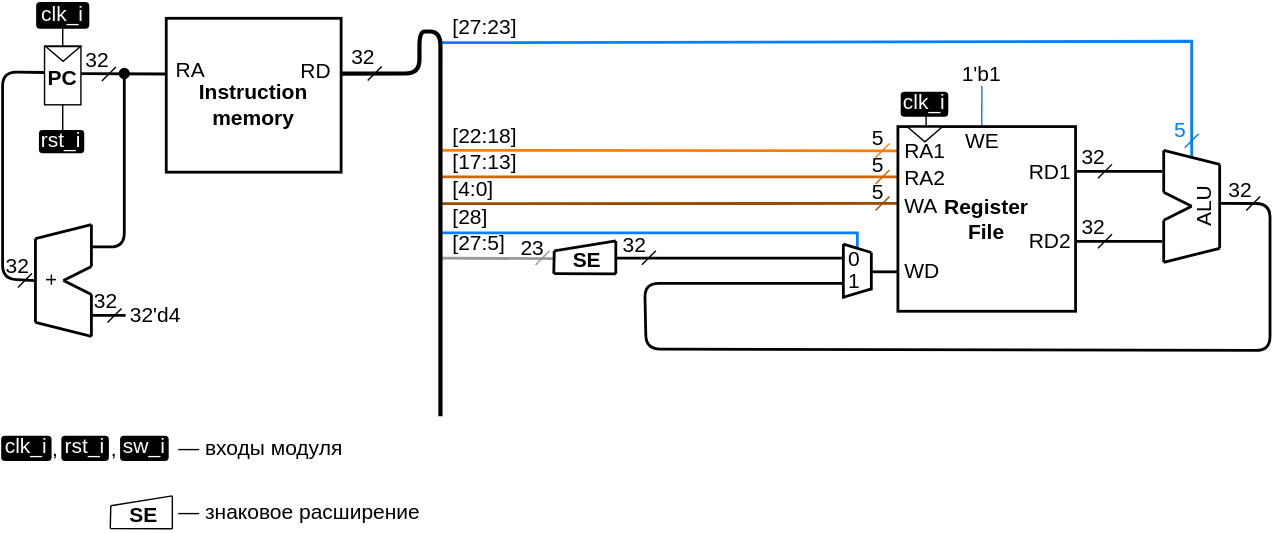
Earlier version of the draw.io export .pic/Labs/lab_04_cybercobra/ppd_2.drawio.svg (MPSU/APS). Source tidied: cells renumbered, new cells last; positions are measured from the earlier drawing's top-left corner, leaving out a move shared by most shapes.
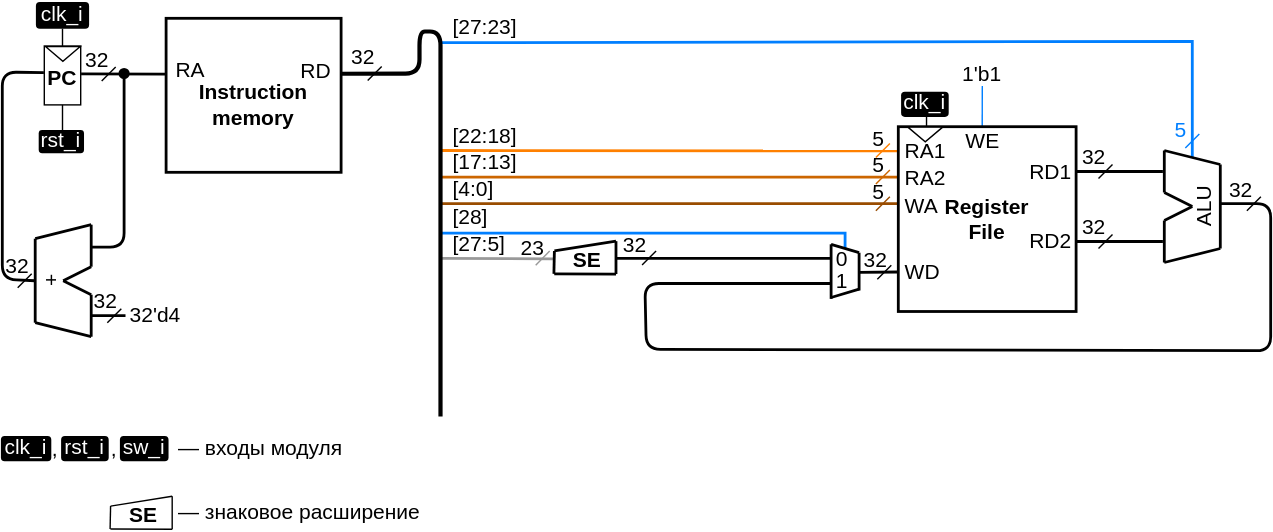
The same file after the commit.

Change to the diagram source:
```diff
@@ -2,12 +2,11 @@
   <root>
     <mxCell id="0" />
     <mxCell id="1" parent="0" />
-    <mxCell id="2" style="endArrow=none;html=1;rounded=0;strokeColor=#007FFF;fontSize=15;fontColor=#000000;startSize=6;endSize=6;comic=0;jiggle=0.5;strokeWidth=2;" parent="1" edge="1">
+    <mxCell id="2" style="endArrow=none;html=1;rounded=0;strokeColor=#007FFF;fontSize=15;fontColor=#000000;startSize=6;endSize=6;comic=0;jiggle=0.5;strokeWidth=2;entryX=0.698;entryY=-0.203;entryDx=0;entryDy=0;entryPerimeter=0;" parent="1" edge="1" target="64">
       <mxGeometry relative="1" as="geometry">
         <mxPoint x="315" y="165" as="sourcePoint" />
-        <mxPoint x="612" y="176" as="targetPoint" />
         <Array as="points">
-          <mxPoint x="612" y="165" />
+          <mxPoint x="603" y="165" />
         </Array>
       </mxGeometry>
     </mxCell>
@@ -91,7 +90,7 @@
     </mxCell>
     <mxCell id="21" style="endArrow=none;html=1;rounded=0;comic=0;strokeColor=#000000;fontSize=15;fontColor=#000000;startSize=6;endSize=6;jiggle=0.5;strokeWidth=2;" parent="1" edge="1">
       <mxGeometry relative="1" as="geometry">
-        <mxPoint x="622" y="192.8" as="sourcePoint" />
+        <mxPoint x="613" y="193" as="sourcePoint" />
         <mxPoint x="641" y="192.8" as="targetPoint" />
       </mxGeometry>
     </mxCell>
@@ -153,7 +152,7 @@
     </mxCell>
     <mxCell id="31" style="endArrow=none;html=1;rounded=1;comic=0;strokeColor=#000000;fontSize=15;fontColor=#000000;startSize=6;endSize=6;jiggle=0.5;strokeWidth=2;entryX=0.535;entryY=0.913;entryDx=0;entryDy=0;entryPerimeter=0;" parent="1" edge="1" target="7">
       <mxGeometry relative="1" as="geometry">
-        <mxPoint x="602" y="201" as="sourcePoint" />
+        <mxPoint x="593" y="201" as="sourcePoint" />
         <Array as="points">
           <mxPoint x="460" y="201" />
           <mxPoint x="461" y="248" />
@@ -262,36 +261,36 @@
       </mxGeometry>
     </mxCell>
     <mxCell id="53" value="1" style="text;html=1;strokeColor=none;fillColor=none;align=center;verticalAlign=middle;whiteSpace=wrap;rounded=0;fontSize=15;fontColor=#000000;comic=0;jiggle=0.5;" parent="1" vertex="1">
-      <mxGeometry x="605" y="194" width="10" height="10" as="geometry" />
+      <mxGeometry x="596" y="194" width="10" height="10" as="geometry" />
     </mxCell>
     <mxCell id="54" style="endArrow=none;html=1;rounded=0;strokeColor=#000000;fontSize=15;fontColor=#000000;startSize=6;endSize=6;comic=0;jiggle=0.5;strokeWidth=2;" parent="1" edge="1">
       <mxGeometry relative="1" as="geometry">
         <mxPoint x="440" y="183" as="sourcePoint" />
-        <mxPoint x="601" y="183" as="targetPoint" />
+        <mxPoint x="593" y="183" as="targetPoint" />
       </mxGeometry>
     </mxCell>
     <mxCell id="55" style="endArrow=none;html=1;rounded=0;strokeColor=#000000;fontSize=15;fontColor=#B3B3B3;startSize=6;endSize=6;comic=0;jiggle=0.5;strokeWidth=2;" parent="1" edge="1">
       <mxGeometry relative="1" as="geometry">
-        <mxPoint x="602" y="211" as="sourcePoint" />
-        <mxPoint x="622" y="205" as="targetPoint" />
+        <mxPoint x="593" y="211" as="sourcePoint" />
+        <mxPoint x="613" y="205" as="targetPoint" />
       </mxGeometry>
     </mxCell>
     <mxCell id="56" style="endArrow=none;html=1;rounded=0;strokeColor=#000000;fontSize=15;fontColor=#B3B3B3;startSize=6;endSize=6;comic=0;jiggle=0.5;strokeWidth=2;" parent="1" edge="1">
       <mxGeometry relative="1" as="geometry">
-        <mxPoint x="602" y="173" as="sourcePoint" />
-        <mxPoint x="622" y="179" as="targetPoint" />
+        <mxPoint x="593" y="173" as="sourcePoint" />
+        <mxPoint x="613" y="179" as="targetPoint" />
       </mxGeometry>
     </mxCell>
     <mxCell id="57" style="endArrow=none;html=1;rounded=0;strokeColor=#000000;fontSize=15;fontColor=#B3B3B3;startSize=6;endSize=6;comic=0;jiggle=0.5;strokeWidth=2;" parent="1" edge="1">
       <mxGeometry relative="1" as="geometry">
-        <mxPoint x="602" y="212" as="sourcePoint" />
-        <mxPoint x="602" y="173" as="targetPoint" />
+        <mxPoint x="593" y="212" as="sourcePoint" />
+        <mxPoint x="593" y="173" as="targetPoint" />
       </mxGeometry>
     </mxCell>
     <mxCell id="58" style="endArrow=none;html=1;rounded=0;strokeColor=#000000;fontSize=15;fontColor=#B3B3B3;startSize=6;endSize=6;comic=0;jiggle=0.5;strokeWidth=2;" parent="1" edge="1">
       <mxGeometry relative="1" as="geometry">
-        <mxPoint x="622" y="206" as="sourcePoint" />
-        <mxPoint x="622" y="179" as="targetPoint" />
+        <mxPoint x="613" y="206" as="sourcePoint" />
+        <mxPoint x="613" y="179" as="targetPoint" />
       </mxGeometry>
     </mxCell>
     <mxCell id="59" style="endArrow=none;html=1;rounded=0;strokeColor=#999999;fontSize=15;fontColor=#000000;startSize=6;endSize=6;entryX=-0.007;entryY=0.465;entryDx=0;entryDy=0;comic=0;jiggle=0.5;strokeWidth=2;entryPerimeter=0;" parent="1" edge="1" target="70">
@@ -318,7 +317,7 @@
       <mxGeometry x="448" y="167.8" width="10" height="10" as="geometry" />
     </mxCell>
     <mxCell id="64" value="0" style="text;html=1;strokeColor=none;fillColor=none;align=center;verticalAlign=middle;whiteSpace=wrap;rounded=0;fontSize=15;fontColor=#000000;comic=0;jiggle=0.5;" parent="1" vertex="1">
-      <mxGeometry x="605" y="178" width="10" height="10" as="geometry" />
+      <mxGeometry x="596" y="178" width="10" height="10" as="geometry" />
     </mxCell>
     <mxCell id="65" style="group;fontSize=15;" parent="1" vertex="1">
       <mxGeometry x="395" y="170.8" width="48" height="25.2" as="geometry" />
@@ -541,5 +540,14 @@
     <mxCell id="115" value="1'b1" style="text;html=1;strokeColor=none;fillColor=none;align=center;verticalAlign=middle;whiteSpace=wrap;rounded=0;fontSize=15;fontColor=#000000;comic=0;jiggle=0.5;" parent="1" vertex="1">
       <mxGeometry x="689" y="46.4" width="24" height="10" as="geometry" />
     </mxCell>
+    <mxCell id="116" style="endArrow=none;html=1;rounded=0;comic=0;jiggle=0.5;fontSize=15;strokeColor=#000000;" parent="1" edge="1">
+      <mxGeometry relative="1" as="geometry">
+        <mxPoint x="626" y="198" as="sourcePoint" />
+        <mxPoint x="636" y="188" as="targetPoint" />
+      </mxGeometry>
+    </mxCell>
+    <mxCell id="117" value="32" style="text;html=1;strokeColor=none;fillColor=none;align=center;verticalAlign=middle;whiteSpace=wrap;rounded=0;fontSize=15;fontColor=#000000;comic=0;jiggle=0.5;" parent="1" vertex="1">
+      <mxGeometry x="620" y="179" width="10" height="10" as="geometry" />
+    </mxCell>
   </root>
 </mxGraphModel>
```
